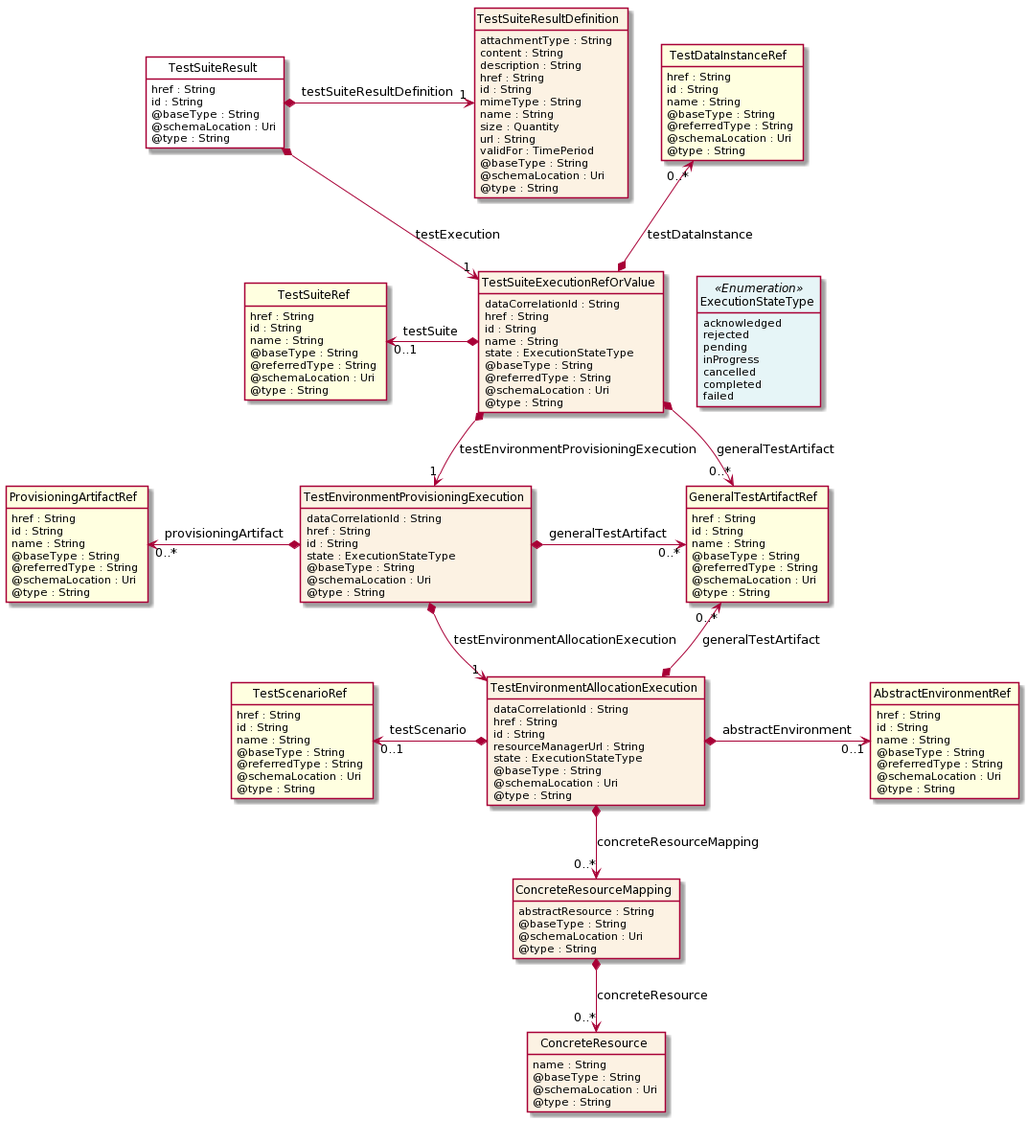
tmforum-apis/Open_Api_And_Data_Model keeps this PlantUML diagram as apis/TMF707_Test_Result/documentation/diagrams/Resource_TestSuiteResult.png. Above is the earlier version. The source it was exported from:
```plantuml
@startuml
hide circle
hide methods
hide stereotype
show <<Enumeration>> stereotype
skinparam class {
   BackgroundColor<<Enumeration>> #E6F5F7
   BackgroundColor<<Ref>> #FFFFE0
   BackgroundColor<<Pivot>> #FFFFFFF
   BackgroundColor #FCF2E3
}

class TestSuiteResult  <<Pivot>> {
    href : String
    id : String
    @baseType : String
    @schemaLocation : Uri
    @type : String
}

class TestSuiteExecutionRefOrValue  {
    dataCorrelationId : String
    href : String
    id : String
    name : String
    state : ExecutionStateType
    @baseType : String
    @referredType : String
    @schemaLocation : Uri
    @type : String
}

class ExecutionStateType <<Enumeration>> {
    acknowledged
    rejected
    pending
    inProgress
    cancelled
    completed
    failed
}

class GeneralTestArtifactRef  <<Ref>> {
    href : String
    id : String
    name : String
    @baseType : String
    @referredType : String
    @schemaLocation : Uri
    @type : String
}

class TestSuiteRef  <<Ref>> {
    href : String
    id : String
    name : String
    @baseType : String
    @referredType : String
    @schemaLocation : Uri
    @type : String
}

class TestEnvironmentProvisioningExecution  {
    dataCorrelationId : String
    href : String
    id : String
    state : ExecutionStateType
    @baseType : String
    @schemaLocation : Uri
    @type : String
}

class ProvisioningArtifactRef  <<Ref>> {
    href : String
    id : String
    name : String
    @baseType : String
    @referredType : String
    @schemaLocation : Uri
    @type : String
}

class TestEnvironmentAllocationExecution  {
    dataCorrelationId : String
    href : String
    id : String
    resourceManagerUrl : String
    state : ExecutionStateType
    @baseType : String
    @schemaLocation : Uri
    @type : String
}

class AbstractEnvironmentRef  <<Ref>> {
    href : String
    id : String
    name : String
    @baseType : String
    @referredType : String
    @schemaLocation : Uri
    @type : String
}

class TestScenarioRef  <<Ref>> {
    href : String
    id : String
    name : String
    @baseType : String
    @referredType : String
    @schemaLocation : Uri
    @type : String
}

class ConcreteResourceMapping  {
    abstractResource : String
    @baseType : String
    @schemaLocation : Uri
    @type : String
}

class ConcreteResource  {
    name : String
    @baseType : String
    @schemaLocation : Uri
    @type : String
}

class TestDataInstanceRef  <<Ref>> {
    href : String
    id : String
    name : String
    @baseType : String
    @referredType : String
    @schemaLocation : Uri
    @type : String
}

class TestSuiteResultDefinition  {
    attachmentType : String
    content : String
    description : String
    href : String
    id : String
    mimeType : String
    name : String
    size : Quantity
    url : String
    validFor : TimePeriod
    @baseType : String
    @schemaLocation : Uri
    @type : String
}

TestSuiteResult *-->  "1" TestSuiteExecutionRefOrValue : testExecution

TestSuiteExecutionRefOrValue -right[hidden]-> ExecutionStateType

TestSuiteExecutionRefOrValue *-->  "0..*" GeneralTestArtifactRef : generalTestArtifact

TestSuiteExecutionRefOrValue *-->  "1" TestEnvironmentProvisioningExecution : testEnvironmentProvisioningExecution

TestEnvironmentProvisioningExecution *-->  "1" TestEnvironmentAllocationExecution : testEnvironmentAllocationExecution

GeneralTestArtifactRef "0..*" <--* TestEnvironmentAllocationExecution : generalTestArtifact

TestEnvironmentProvisioningExecution *-right-> "0..*" GeneralTestArtifactRef : generalTestArtifact

TestSuiteRef "0..1" <-left-* TestSuiteExecutionRefOrValue : testSuite

TestDataInstanceRef "0..*" <--* TestSuiteExecutionRefOrValue : testDataInstance

TestScenarioRef "0..1" <-left-* TestEnvironmentAllocationExecution : testScenario

TestEnvironmentAllocationExecution *-right-> "0..1" AbstractEnvironmentRef : abstractEnvironment

TestEnvironmentAllocationExecution *-->  "0..*" ConcreteResourceMapping : concreteResourceMapping

ProvisioningArtifactRef "0..*" <-left-* TestEnvironmentProvisioningExecution : provisioningArtifact

TestSuiteResult *-right-> "1" TestSuiteResultDefinition : testSuiteResultDefinition

ConcreteResourceMapping *-->  "0..*" ConcreteResource : concreteResource

@enduml
```
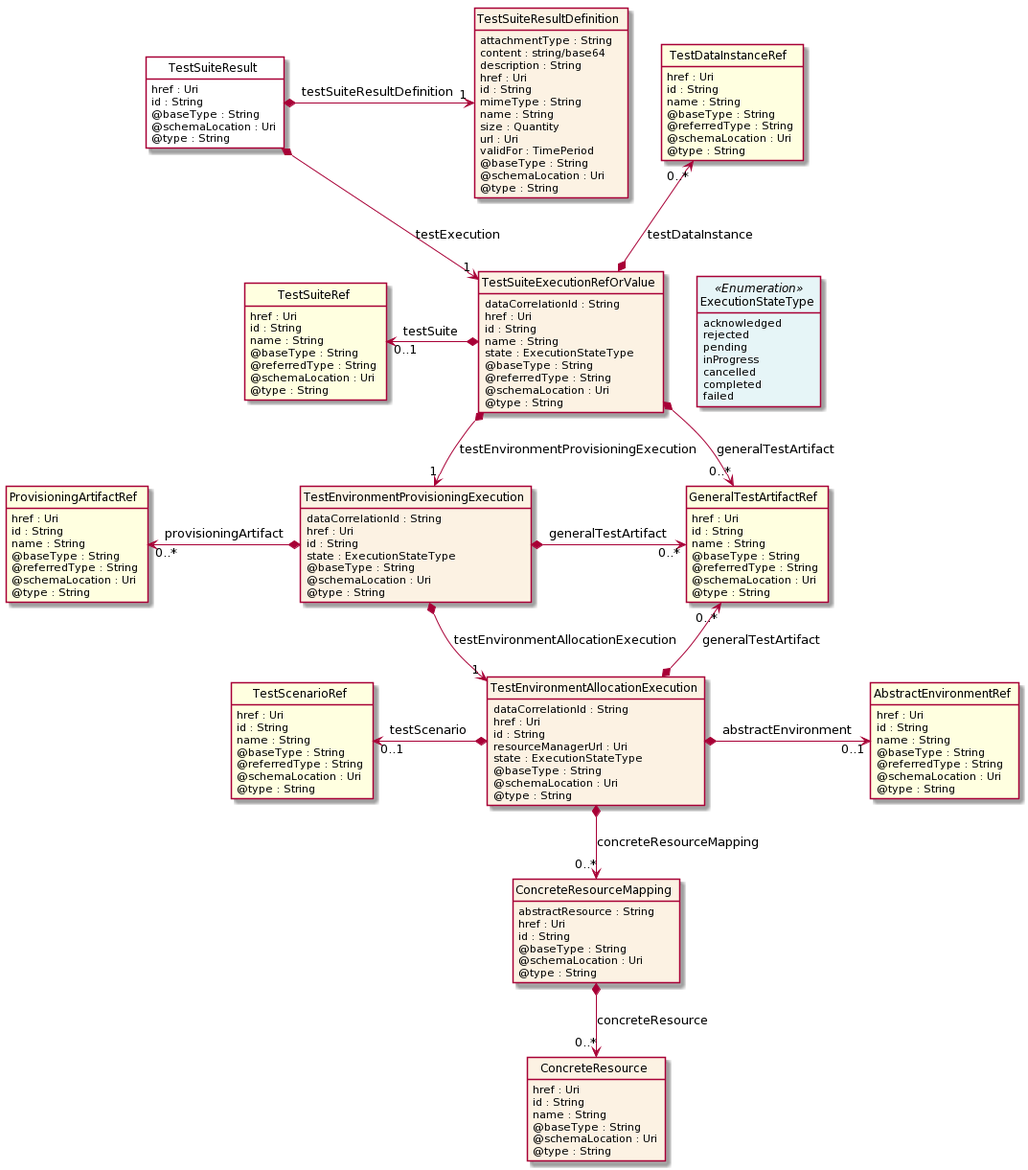
The same diagram one commit later.

The edit, as a diff of the source:
```diff
@@ -11,7 +11,7 @@
 }
 
 class TestSuiteResult  <<Pivot>> {
-    href : String
+    href : Uri
     id : String
     @baseType : String
     @schemaLocation : Uri
@@ -20,7 +20,7 @@
 
 class TestSuiteExecutionRefOrValue  {
     dataCorrelationId : String
-    href : String
+    href : Uri
     id : String
     name : String
     state : ExecutionStateType
@@ -41,7 +41,7 @@
 }
 
 class GeneralTestArtifactRef  <<Ref>> {
-    href : String
+    href : Uri
     id : String
     name : String
     @baseType : String
@@ -51,7 +51,7 @@
 }
 
 class TestSuiteRef  <<Ref>> {
-    href : String
+    href : Uri
     id : String
     name : String
     @baseType : String
@@ -62,7 +62,7 @@
 
 class TestEnvironmentProvisioningExecution  {
     dataCorrelationId : String
-    href : String
+    href : Uri
     id : String
     state : ExecutionStateType
     @baseType : String
@@ -71,7 +71,7 @@
 }
 
 class ProvisioningArtifactRef  <<Ref>> {
-    href : String
+    href : Uri
     id : String
     name : String
     @baseType : String
@@ -82,9 +82,9 @@
 
 class TestEnvironmentAllocationExecution  {
     dataCorrelationId : String
-    href : String
+    href : Uri
     id : String
-    resourceManagerUrl : String
+    resourceManagerUrl : Uri
     state : ExecutionStateType
     @baseType : String
     @schemaLocation : Uri
@@ -92,7 +92,7 @@
 }
 
 class AbstractEnvironmentRef  <<Ref>> {
-    href : String
+    href : Uri
     id : String
     name : String
     @baseType : String
@@ -102,7 +102,7 @@
 }
 
 class TestScenarioRef  <<Ref>> {
-    href : String
+    href : Uri
     id : String
     name : String
     @baseType : String
@@ -113,12 +113,16 @@
 
 class ConcreteResourceMapping  {
     abstractResource : String
+    href : Uri
+    id : String
     @baseType : String
     @schemaLocation : Uri
     @type : String
 }
 
 class ConcreteResource  {
+    href : Uri
+    id : String
     name : String
     @baseType : String
     @schemaLocation : Uri
@@ -126,7 +130,7 @@
 }
 
 class TestDataInstanceRef  <<Ref>> {
-    href : String
+    href : Uri
     id : String
     name : String
     @baseType : String
@@ -137,14 +141,14 @@
 
 class TestSuiteResultDefinition  {
     attachmentType : String
-    content : String
+    content : string/base64
     description : String
-    href : String
+    href : Uri
     id : String
     mimeType : String
     name : String
     size : Quantity
-    url : String
+    url : Uri
     validFor : TimePeriod
     @baseType : String
     @schemaLocation : Uri
```
